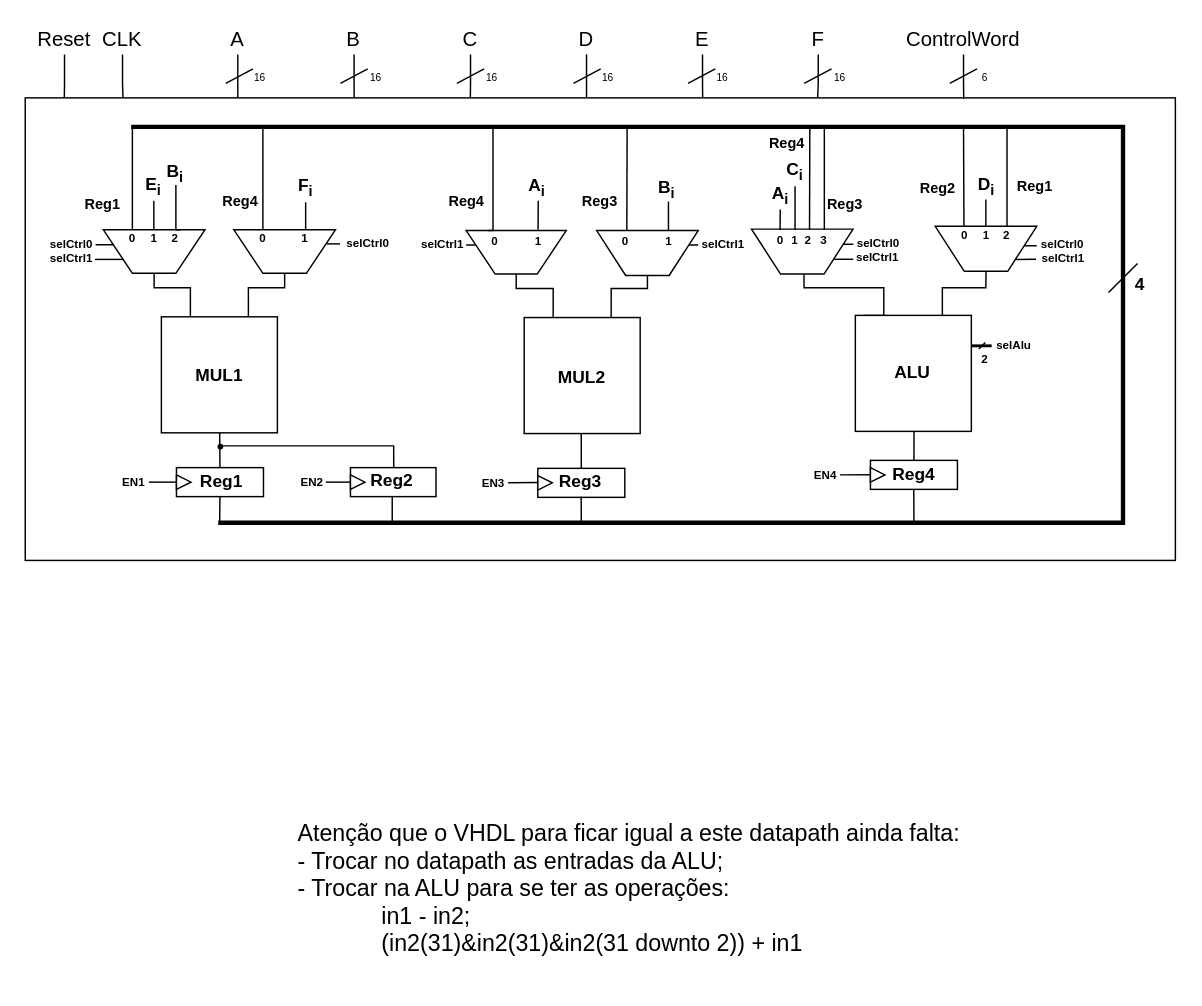
This is datapath.drawio from FranciscoPRosa/NEEC_test, a draw.io file, before an edit. Source tidied: cells renumbered, new cells numbered last; positions are measured from the earlier drawing's top-left corner, leaving out a move shared by most shapes. Both pictures are drawn from the tidied source at 145%, with x=0, y=0 at pixel (25, 25).
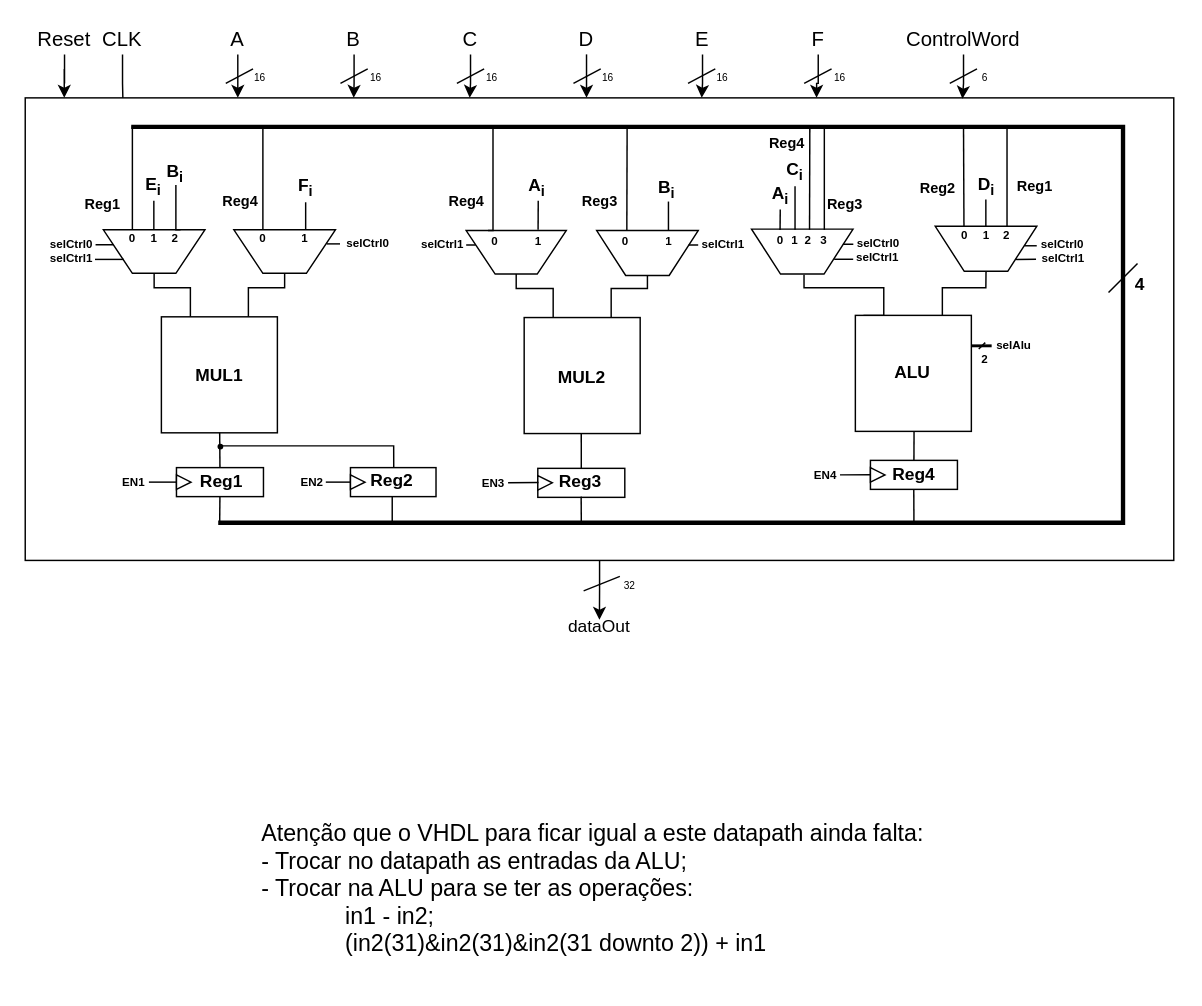
Above is the later version.

The change refers to these unchanged cells:
```xml
<mxCell id="126" value="A" style="text;html=1;align=center;verticalAlign=middle;whiteSpace=wrap;rounded=0;fontSize=14;" parent="1" vertex="1">
  <mxGeometry x="136" width="21" height="20" as="geometry" />
</mxCell>
<mxCell id="127" value="B" style="text;html=1;align=center;verticalAlign=middle;whiteSpace=wrap;rounded=0;fontSize=14;" parent="1" vertex="1">
  <mxGeometry x="216.4" width="20.6" height="20" as="geometry" />
</mxCell>
<mxCell id="128" value="C" style="text;html=1;align=center;verticalAlign=middle;whiteSpace=wrap;rounded=0;fontSize=14;" parent="1" vertex="1">
  <mxGeometry x="297" width="20" height="20" as="geometry" />
</mxCell>
<mxCell id="130" value="E" style="text;html=1;align=center;verticalAlign=middle;whiteSpace=wrap;rounded=0;fontSize=14;" parent="1" vertex="1">
  <mxGeometry x="457" width="20" height="20" as="geometry" />
</mxCell>
<mxCell id="131" value="F" style="text;html=1;align=center;verticalAlign=middle;whiteSpace=wrap;rounded=0;fontSize=14;" parent="1" vertex="1">
  <mxGeometry x="536.6" width="20.4" height="20" as="geometry" />
</mxCell>
<mxCell id="151" value="ControlWord" style="text;html=1;align=center;verticalAlign=middle;whiteSpace=wrap;rounded=0;fontSize=14;" parent="1" vertex="1">
  <mxGeometry x="597" width="100" height="20" as="geometry" />
</mxCell>
<mxCell id="155" value="Reset" style="text;html=1;align=center;verticalAlign=middle;whiteSpace=wrap;rounded=0;fontSize=14;" parent="1" vertex="1">
  <mxGeometry x="7" width="40" height="20" as="geometry" />
</mxCell>
```

The edit, as a diff of the source:
```diff
@@
+    <mxCell id="157" style="edgeStyle=orthogonalEdgeStyle;rounded=0;jettySize=auto;html=1;" parent="1" edge="1" source="2">
+      <mxGeometry relative="1" as="geometry">
+        <mxPoint x="395.9" y="410" as="targetPoint" />
+      </mxGeometry>
+    </mxCell>
     <mxCell id="2" style="rounded=0;whiteSpace=wrap;html=1;" parent="1" vertex="1">
-      <mxGeometry x="-0.1" y="50" width="793.2" height="319" as="geometry" />
+      <mxGeometry x="-0.1" y="50" width="792.1" height="319" as="geometry" />
     </mxCell>
@@
     <mxCell id="118" value="&lt;div style=&quot;text-align: justify;&quot;&gt;Atenção que o VHDL para ficar igual a este datapath ainda falta:&lt;/div&gt;&lt;div style=&quot;text-align: justify;&quot;&gt;&lt;span style=&quot;background-color: initial;&quot;&gt;- Trocar no datapath as entradas da ALU;&lt;/span&gt;&lt;/div&gt;&lt;div style=&quot;text-align: justify;&quot;&gt;- Trocar na ALU para se ter as operações:&lt;/div&gt;&lt;div style=&quot;text-align: justify;&quot;&gt;&amp;nbsp; &amp;nbsp; &amp;nbsp; &amp;nbsp; &amp;nbsp; &amp;nbsp; &amp;nbsp;in1 - in2;&lt;/div&gt;&lt;div style=&quot;text-align: justify;&quot;&gt;&amp;nbsp; &amp;nbsp; &amp;nbsp; &amp;nbsp; &amp;nbsp; &amp;nbsp; &amp;nbsp;(in2(31)&amp;amp;in2(31)&amp;amp;in2(31 downto 2)) + in1&lt;/div&gt;" style="text;html=1;align=center;verticalAlign=middle;whiteSpace=wrap;rounded=0;fontSize=16;" parent="1" vertex="1">
-      <mxGeometry x="53.6" y="530" width="725.2" height="130" as="geometry" />
+      <mxGeometry x="28.6" y="530" width="725.2" height="130" as="geometry" />
     </mxCell>
@@
-    <mxCell id="125" style="edgeStyle=orthogonalEdgeStyle;rounded=0;jettySize=auto;html=1;endArrow=none;endFill=0;" parent="1" edge="1" source="126">
+    <mxCell id="125" style="edgeStyle=orthogonalEdgeStyle;rounded=0;jettySize=auto;html=1;endArrow=classic;endFill=1;" parent="1" edge="1" source="126">
       <mxGeometry relative="1" as="geometry">
         <mxPoint x="146.5" y="50" as="targetPoint" />
       </mxGeometry>
     </mxCell>
@@
-    <mxCell id="132" style="edgeStyle=orthogonalEdgeStyle;rounded=0;jettySize=auto;html=1;entryX=0.286;entryY=0;entryDx=0;entryDy=0;entryPerimeter=0;endArrow=none;endFill=0;" parent="1" edge="1" source="127" target="2">
+    <mxCell id="132" style="edgeStyle=orthogonalEdgeStyle;rounded=0;jettySize=auto;html=1;entryX=0.286;entryY=0;entryDx=0;entryDy=0;entryPerimeter=0;endArrow=classic;endFill=1;" parent="1" edge="1" source="127" target="2">
       <mxGeometry relative="1" as="geometry" />
     </mxCell>
-    <mxCell id="133" style="edgeStyle=orthogonalEdgeStyle;rounded=0;jettySize=auto;html=1;entryX=0.387;entryY=0;entryDx=0;entryDy=0;entryPerimeter=0;endArrow=none;endFill=0;" parent="1" edge="1" source="128" target="2">
+    <mxCell id="133" style="edgeStyle=orthogonalEdgeStyle;rounded=0;jettySize=auto;html=1;entryX=0.387;entryY=0;entryDx=0;entryDy=0;entryPerimeter=0;endArrow=classic;endFill=1;" parent="1" edge="1" source="128" target="2">
       <mxGeometry relative="1" as="geometry" />
     </mxCell>
-    <mxCell id="134" style="edgeStyle=orthogonalEdgeStyle;rounded=0;orthogonalLoop=1;jettySize=auto;html=1;entryX=0.488;entryY=0;entryDx=0;entryDy=0;entryPerimeter=0;endArrow=none;endFill=0;" parent="1" edge="1">
+    <mxCell id="134" style="edgeStyle=orthogonalEdgeStyle;rounded=0;orthogonalLoop=1;jettySize=auto;html=1;entryX=0.488;entryY=0;entryDx=0;entryDy=0;entryPerimeter=0;endArrow=classic;endFill=1;" parent="1" edge="1">
       <mxGeometry relative="1" as="geometry">
         <mxPoint x="387" y="20" as="sourcePoint" />
         <mxPoint x="387" y="50" as="targetPoint" />
       </mxGeometry>
     </mxCell>
-    <mxCell id="135" style="edgeStyle=orthogonalEdgeStyle;rounded=0;jettySize=auto;html=1;entryX=0.589;entryY=0;entryDx=0;entryDy=0;entryPerimeter=0;endArrow=none;endFill=0;" parent="1" edge="1" source="130" target="2">
+    <mxCell id="135" style="edgeStyle=orthogonalEdgeStyle;rounded=0;jettySize=auto;html=1;entryX=0.589;entryY=0;entryDx=0;entryDy=0;entryPerimeter=0;endArrow=classic;endFill=1;" parent="1" edge="1" source="130" target="2">
       <mxGeometry relative="1" as="geometry" />
     </mxCell>
-    <mxCell id="136" style="edgeStyle=orthogonalEdgeStyle;rounded=0;jettySize=auto;html=1;entryX=0.689;entryY=0;entryDx=0;entryDy=0;entryPerimeter=0;endArrow=none;endFill=0;" parent="1" edge="1" source="131" target="2">
+    <mxCell id="136" style="edgeStyle=orthogonalEdgeStyle;rounded=0;jettySize=auto;html=1;entryX=0.689;entryY=0;entryDx=0;entryDy=0;entryPerimeter=0;endArrow=classic;endFill=1;" parent="1" edge="1" source="131" target="2">
       <mxGeometry relative="1" as="geometry" />
     </mxCell>
@@
-    <mxCell id="152" style="edgeStyle=orthogonalEdgeStyle;rounded=0;jettySize=auto;html=1;entryX=0.816;entryY=0.002;entryDx=0;entryDy=0;entryPerimeter=0;endArrow=none;endFill=0;" parent="1" edge="1" source="151" target="2">
+    <mxCell id="152" style="edgeStyle=orthogonalEdgeStyle;rounded=0;jettySize=auto;html=1;entryX=0.816;entryY=0.002;entryDx=0;entryDy=0;entryPerimeter=0;endArrow=classic;endFill=1;" parent="1" edge="1" source="151" target="2">
       <mxGeometry relative="1" as="geometry" />
     </mxCell>
@@
-    <mxCell id="156" style="edgeStyle=orthogonalEdgeStyle;rounded=0;jettySize=auto;html=1;entryX=0.034;entryY=0;entryDx=0;entryDy=0;entryPerimeter=0;endArrow=none;endFill=0;" parent="1" edge="1" source="155" target="2">
+    <mxCell id="156" style="edgeStyle=orthogonalEdgeStyle;rounded=0;jettySize=auto;html=1;entryX=0.034;entryY=0;entryDx=0;entryDy=0;entryPerimeter=0;endArrow=classic;endFill=1;" parent="1" edge="1" source="155" target="2">
       <mxGeometry relative="1" as="geometry" />
     </mxCell>
+    <mxCell id="158" value="dataOut" style="text;html=1;align=center;verticalAlign=middle;whiteSpace=wrap;rounded=0;" parent="1" vertex="1">
+      <mxGeometry x="365.9" y="400" width="60" height="30" as="geometry" />
+    </mxCell>
+    <mxCell id="159" style="endArrow=none;html=1;rounded=0;" parent="1" edge="1">
+      <mxGeometry relative="1" as="geometry">
+        <mxPoint x="385" y="390" as="sourcePoint" />
+        <mxPoint x="410" y="380" as="targetPoint" />
+      </mxGeometry>
+    </mxCell>
+    <mxCell id="160" value="&lt;font style=&quot;font-size: 7px;&quot;&gt;32&lt;/font&gt;" style="text;html=1;align=center;verticalAlign=middle;whiteSpace=wrap;rounded=0;" parent="1" vertex="1">
+      <mxGeometry x="387" y="370" width="60" height="30" as="geometry" />
+    </mxCell>
```
